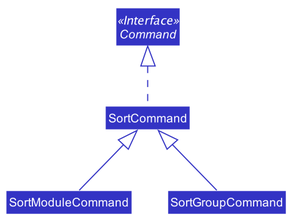
nus-cs2103-AY1920S2/addressbook-level3 keeps this PlantUML diagram as docs/images/SortCommandsClassDiagram.png. Above is the earlier version.
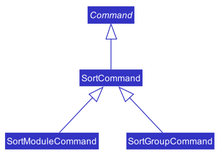
Later version of the same file.

Commit message:
Add sort details

The edit, as a diff of the source:
```diff
@@ -51,12 +51,12 @@
 skinparam arrowColor #3333C4
 skinparam classBackgroundColor #3333C4
 
-Interface Command <<Interface>>
+abstract class Command
 class SortCommand
 class SortModuleCommand
 class SortGroupCommand
 
-SortCommand .up.|> Command
+SortCommand -up-|> Command
 SortModuleCommand -up-|> SortCommand
 SortGroupCommand -up-|> SortCommand
 
```
